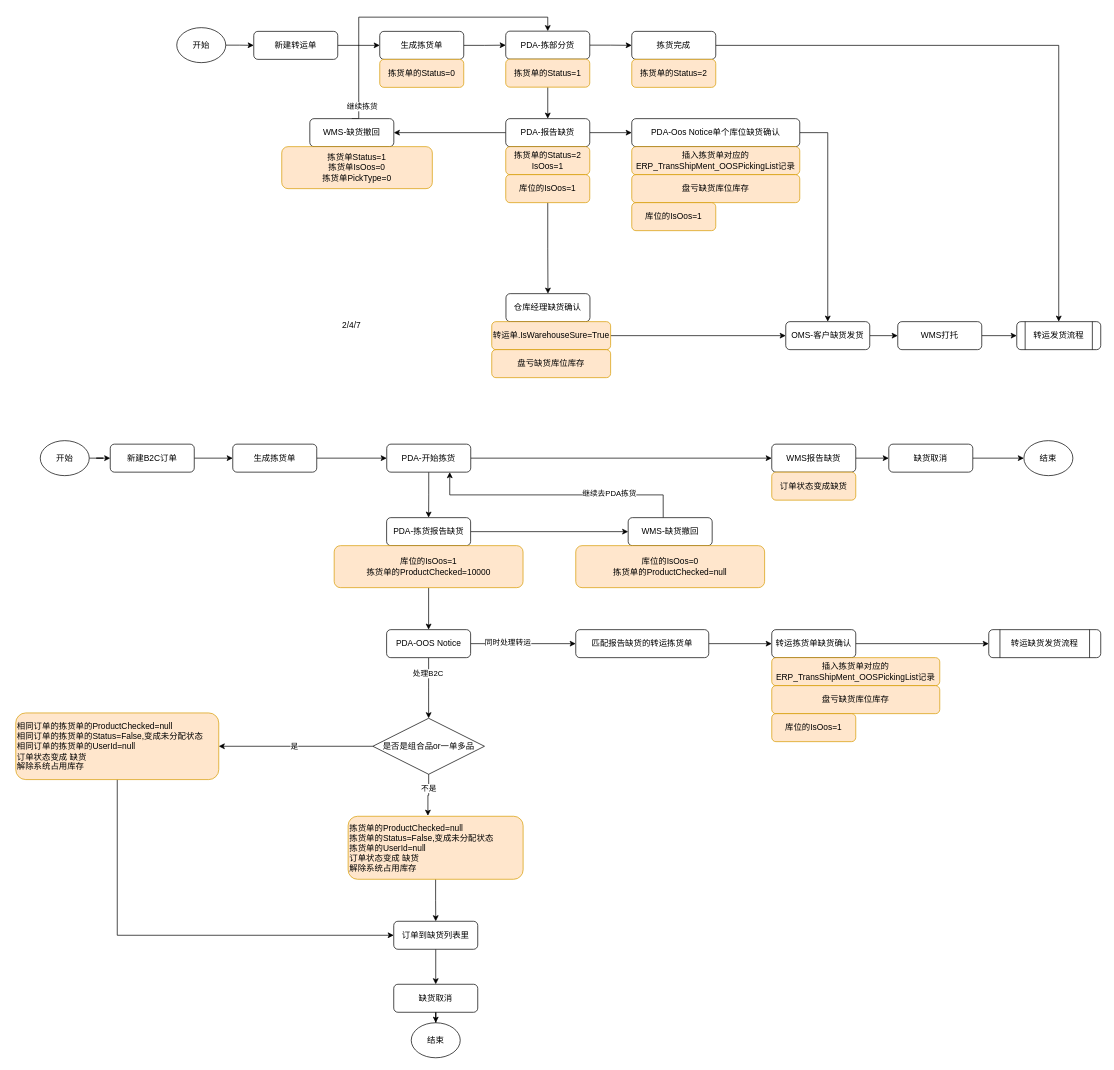
This is 转运流程.drawio from OJBK123/Draws, a draw.io file, before an edit. Source tidied: cells renumbered, new cells numbered last; positions are measured from the earlier drawing's top-left corner, leaving out a move shared by most shapes. Both pictures are drawn from the tidied source at 70%, with x=0, y=0 at pixel (15, 17).
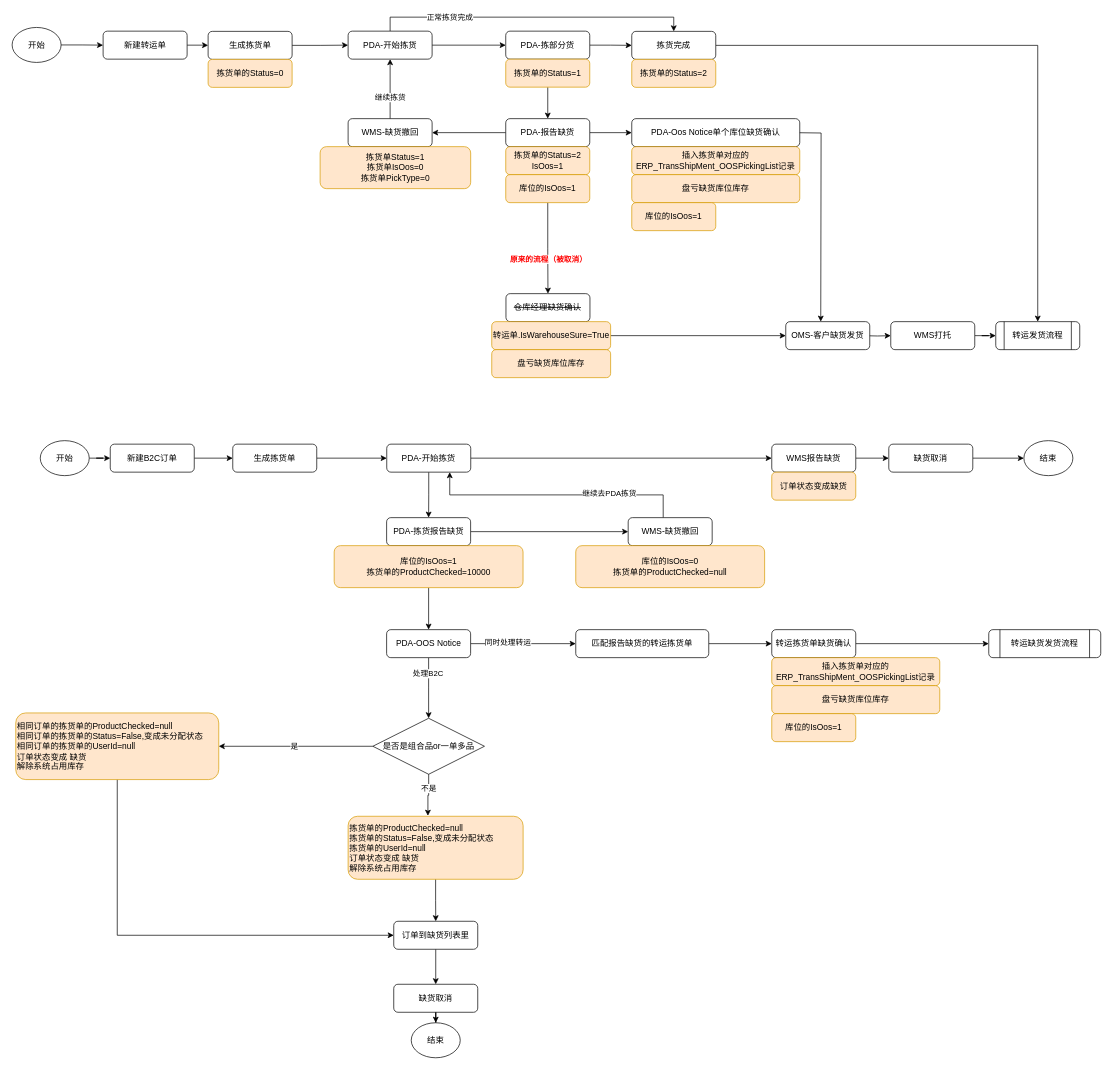
After the change.

Commit message (it also covers changes not shown here):
更新转运流程.drawio

Unchanged cells that the change refers to:
```xml
<mxCell id="10" value="PDA-拣部分货" style="rounded=1;whiteSpace=wrap;html=1;fontSize=12;glass=0;strokeWidth=1;shadow=0;" parent="1" vertex="1">
  <mxGeometry x="700" y="20" width="120" height="40" as="geometry" />
</mxCell>
<mxCell id="14" value="拣货完成" style="rounded=1;whiteSpace=wrap;html=1;fontSize=12;glass=0;strokeWidth=1;shadow=0;" parent="1" vertex="1">
  <mxGeometry x="880" y="20.3" width="120" height="40" as="geometry" />
</mxCell>
<mxCell id="19" style="edgeStyle=orthogonalEdgeStyle;rounded=0;jettySize=auto;html=1;exitX=0.5;exitY=1;exitDx=0;exitDy=0;" parent="1" edge="1" source="50" target="22">
  <mxGeometry relative="1" as="geometry" />
</mxCell>
<mxCell id="26" value="PDA-Oos Notice单个库位缺货确认" style="rounded=1;whiteSpace=wrap;html=1;fontSize=12;glass=0;strokeWidth=1;shadow=0;" parent="1" vertex="1">
  <mxGeometry x="880" y="145" width="240" height="40" as="geometry" />
</mxCell>
<mxCell id="44" value="OMS-客户缺货发货" style="rounded=1;whiteSpace=wrap;html=1;fontSize=12;glass=0;strokeWidth=1;shadow=0;" parent="1" vertex="1">
  <mxGeometry x="1100" y="435" width="120" height="40" as="geometry" />
</mxCell>
```

Diff of the diagram source:
```diff
@@
     <mxCell id="3" value="开始" style="ellipse;whiteSpace=wrap;html=1;" parent="1" vertex="1">
-      <mxGeometry x="230" y="15" width="70" height="50" as="geometry" />
+      <mxGeometry x="-5.2" y="14.7" width="70" height="50" as="geometry" />
     </mxCell>
@@
     <mxCell id="5" value="新建转运单" style="rounded=1;whiteSpace=wrap;html=1;fontSize=12;glass=0;strokeWidth=1;shadow=0;" parent="1" vertex="1">
-      <mxGeometry x="340" y="20.3" width="120" height="40" as="geometry" />
+      <mxGeometry x="124.8" y="20" width="120" height="40" as="geometry" />
     </mxCell>
-    <mxCell id="6" style="edgeStyle=orthogonalEdgeStyle;rounded=0;jettySize=auto;html=1;exitX=1;exitY=0.5;exitDx=0;exitDy=0;" parent="1" edge="1" source="7" target="10">
+    <mxCell id="6" style="edgeStyle=orthogonalEdgeStyle;rounded=0;jettySize=auto;html=1;exitX=1;exitY=0.5;exitDx=0;exitDy=0;" parent="1" edge="1" source="7" target="96">
       <mxGeometry relative="1" as="geometry" />
     </mxCell>
     <mxCell id="7" value="生成拣货单" style="rounded=1;whiteSpace=wrap;html=1;fontSize=12;glass=0;strokeWidth=1;shadow=0;" parent="1" vertex="1">
-      <mxGeometry x="520" y="20.3" width="120" height="40" as="geometry" />
+      <mxGeometry x="274.8" y="20.3" width="120" height="40" as="geometry" />
     </mxCell>
     <mxCell id="8" value="拣货单的Status=0" style="rounded=1;whiteSpace=wrap;html=1;fontSize=12;glass=0;strokeWidth=1;shadow=0;fillColor=#ffe6cc;strokeColor=#d79b00;" parent="1" vertex="1">
-      <mxGeometry x="520" y="60.3" width="120" height="40" as="geometry" />
+      <mxGeometry x="274.8" y="60.3" width="120" height="40" as="geometry" />
     </mxCell>
@@
+    <mxCell id="91" value="原来的流程（被取消）" style="edgeLabel;html=1;align=center;verticalAlign=middle;fontStyle=1;fontColor=#FF0000;" parent="19" vertex="1">
+      <mxGeometry x="-0.29" y="3" relative="1" as="geometry">
+        <mxPoint x="-3" y="34" as="offset" />
+      </mxGeometry>
+    </mxCell>
@@
-    <mxCell id="21" value="2/4/7" style="text;html=1;whiteSpace=wrap;strokeColor=none;fillColor=none;align=center;verticalAlign=middle;rounded=0;" parent="1" vertex="1">
-      <mxGeometry x="450.1" y="425" width="60" height="30" as="geometry" />
-    </mxCell>
-    <mxCell id="22" value="仓库经理缺货确认" style="rounded=1;whiteSpace=wrap;html=1;fontSize=12;glass=0;strokeWidth=1;shadow=0;" parent="1" vertex="1">
+    <mxCell id="22" value="&lt;strike&gt;仓库经理缺货确认&lt;/strike&gt;" style="rounded=1;whiteSpace=wrap;html=1;fontSize=12;glass=0;strokeWidth=1;shadow=0;" parent="1" vertex="1">
       <mxGeometry x="700.3" y="395" width="120" height="40" as="geometry" />
     </mxCell>
@@
-    <mxCell id="25" style="edgeStyle=orthogonalEdgeStyle;rounded=0;jettySize=auto;html=1;exitX=1;exitY=0.5;exitDx=0;exitDy=0;entryX=0.5;entryY=0;entryDx=0;entryDy=0;" parent="1" edge="1" source="26" target="44">
-      <mxGeometry relative="1" as="geometry" />
+    <mxCell id="25" style="edgeStyle=orthogonalEdgeStyle;rounded=0;orthogonalLoop=1;jettySize=auto;html=1;exitX=1;exitY=0.5;exitDx=0;exitDy=0;entryX=0.5;entryY=0;entryDx=0;entryDy=0;" parent="1" edge="1">
+      <mxGeometry relative="1" as="geometry">
+        <mxPoint x="1110" y="165" as="sourcePoint" />
+        <mxPoint x="1150" y="435" as="targetPoint" />
+      </mxGeometry>
     </mxCell>
@@
-    <mxCell id="43" style="edgeStyle=orthogonalEdgeStyle;rounded=0;jettySize=auto;html=1;exitX=1;exitY=0.5;exitDx=0;exitDy=0;" parent="1" edge="1" source="44" target="48">
-      <mxGeometry relative="1" as="geometry" />
+    <mxCell id="43" style="edgeStyle=orthogonalEdgeStyle;rounded=0;jettySize=auto;html=1;exitX=1;exitY=0.5;exitDx=0;exitDy=0;" parent="1" edge="1" target="48">
+      <mxGeometry relative="1" as="geometry">
+        <mxPoint x="1210" y="455" as="sourcePoint" />
+      </mxGeometry>
     </mxCell>
@@
     <mxCell id="48" value="WMS打托" style="rounded=1;whiteSpace=wrap;html=1;fontSize=12;glass=0;strokeWidth=1;shadow=0;" parent="1" vertex="1">
-      <mxGeometry x="1260" y="435" width="120" height="40" as="geometry" />
+      <mxGeometry x="1250" y="435" width="120" height="40" as="geometry" />
     </mxCell>
     <mxCell id="49" value="转运发货流程" style="rounded=1;whiteSpace=wrap;html=1;fontSize=12;glass=0;strokeWidth=1;shadow=0;shape=process;backgroundOutline=1;" parent="1" vertex="1">
-      <mxGeometry x="1430" y="435" width="120" height="40" as="geometry" />
+      <mxGeometry x="1400" y="435" width="120" height="40" as="geometry" />
     </mxCell>
@@
-    <mxCell id="77" style="edgeStyle=orthogonalEdgeStyle;rounded=0;jettySize=auto;html=1;exitX=0.5;exitY=0;exitDx=0;exitDy=0;entryX=0.5;entryY=0;entryDx=0;entryDy=0;" parent="1" edge="1" source="79" target="10">
-      <mxGeometry relative="1" as="geometry">
-        <Array as="points">
-          <mxPoint x="490" y="145" />
-          <mxPoint x="490" />
-          <mxPoint x="760" />
-        </Array>
-      </mxGeometry>
-    </mxCell>
+    <mxCell id="92" style="edgeStyle=orthogonalEdgeStyle;rounded=0;jettySize=auto;html=1;exitX=0.5;exitY=0;exitDx=0;exitDy=0;entryX=0.5;entryY=1;entryDx=0;entryDy=0;" parent="1" edge="1" source="79" target="96">
+      <mxGeometry relative="1" as="geometry" />
+    </mxCell>
-    <mxCell id="78" value="继续拣货" style="edgeLabel;html=1;align=center;verticalAlign=middle;" parent="77" vertex="1">
-      <mxGeometry x="-0.88" y="-4" relative="1" as="geometry" />
+    <mxCell id="78" value="继续拣货" style="edgeLabel;html=1;align=center;verticalAlign=middle;" parent="92" vertex="1">
+      <mxGeometry x="-0.28" relative="1" as="geometry" />
     </mxCell>
     <mxCell id="79" value="WMS-缺货撤回" style="rounded=1;whiteSpace=wrap;html=1;fontSize=12;glass=0;strokeWidth=1;shadow=0;" parent="1" vertex="1">
-      <mxGeometry x="420.1" y="145" width="120" height="40" as="geometry" />
+      <mxGeometry x="474.8" y="145" width="120" height="40" as="geometry" />
     </mxCell>
     <mxCell id="80" value="拣货单Status=1&lt;div&gt;拣货单IsOos=0&lt;/div&gt;&lt;div&gt;拣货单PickType=0&lt;/div&gt;" style="rounded=1;whiteSpace=wrap;html=1;fontSize=12;glass=0;strokeWidth=1;shadow=0;fillColor=#ffe6cc;strokeColor=#d79b00;" parent="1" vertex="1">
-      <mxGeometry x="380" y="185" width="215.1" height="60" as="geometry" />
+      <mxGeometry x="434.8" y="185" width="215.1" height="60" as="geometry" />
     </mxCell>
@@
+    <mxCell id="93" style="edgeStyle=orthogonalEdgeStyle;rounded=0;jettySize=auto;html=1;exitX=1;exitY=0.5;exitDx=0;exitDy=0;entryX=0;entryY=0.5;entryDx=0;entryDy=0;" parent="1" edge="1" source="96" target="10">
+      <mxGeometry relative="1" as="geometry" />
+    </mxCell>
+    <mxCell id="94" style="edgeStyle=orthogonalEdgeStyle;rounded=0;jettySize=auto;html=1;exitX=0.5;exitY=0;exitDx=0;exitDy=0;entryX=0.5;entryY=0;entryDx=0;entryDy=0;" parent="1" edge="1" source="96" target="14">
+      <mxGeometry relative="1" as="geometry" />
+    </mxCell>
+    <mxCell id="95" value="正常拣货完成" style="edgeLabel;html=1;align=center;verticalAlign=middle;" parent="94" vertex="1">
+      <mxGeometry x="-0.53" y="1" relative="1" as="geometry" />
+    </mxCell>
+    <mxCell id="96" value="PDA-开始拣货" style="rounded=1;whiteSpace=wrap;html=1;fontSize=12;glass=0;strokeWidth=1;shadow=0;" parent="1" vertex="1">
+      <mxGeometry x="474.8" y="20" width="120" height="40" as="geometry" />
+    </mxCell>
```
